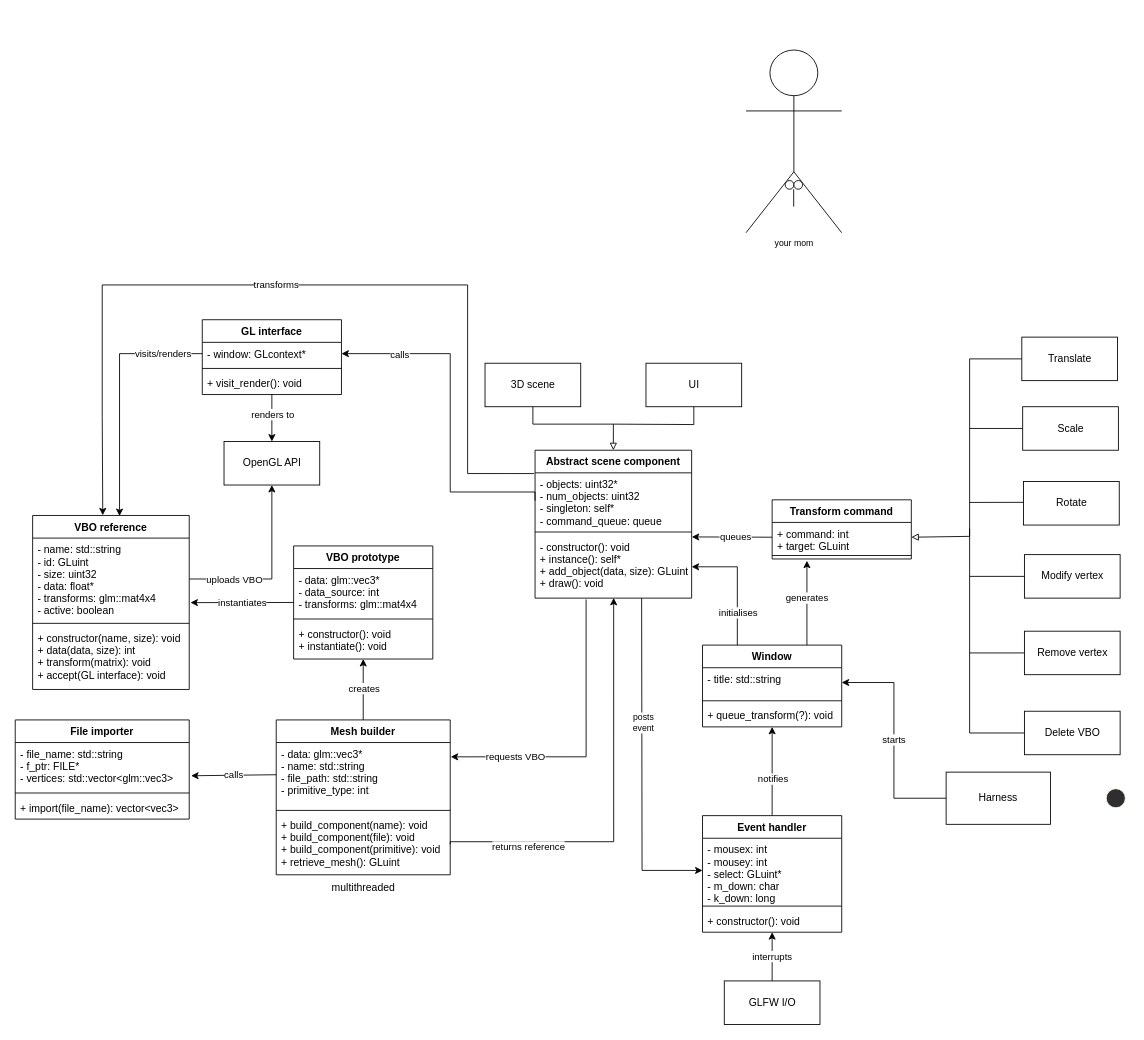
Above: class.drawio in ryanchan8662/gl_window_util (draw.io), before the change. Source tidied: cells renumbered, new cells numbered last; positions are measured from the earlier drawing's top-left corner, leaving out a move shared by most shapes. Both pictures are drawn from the tidied source at 87%, with x=0, y=0 at pixel (15, 50).
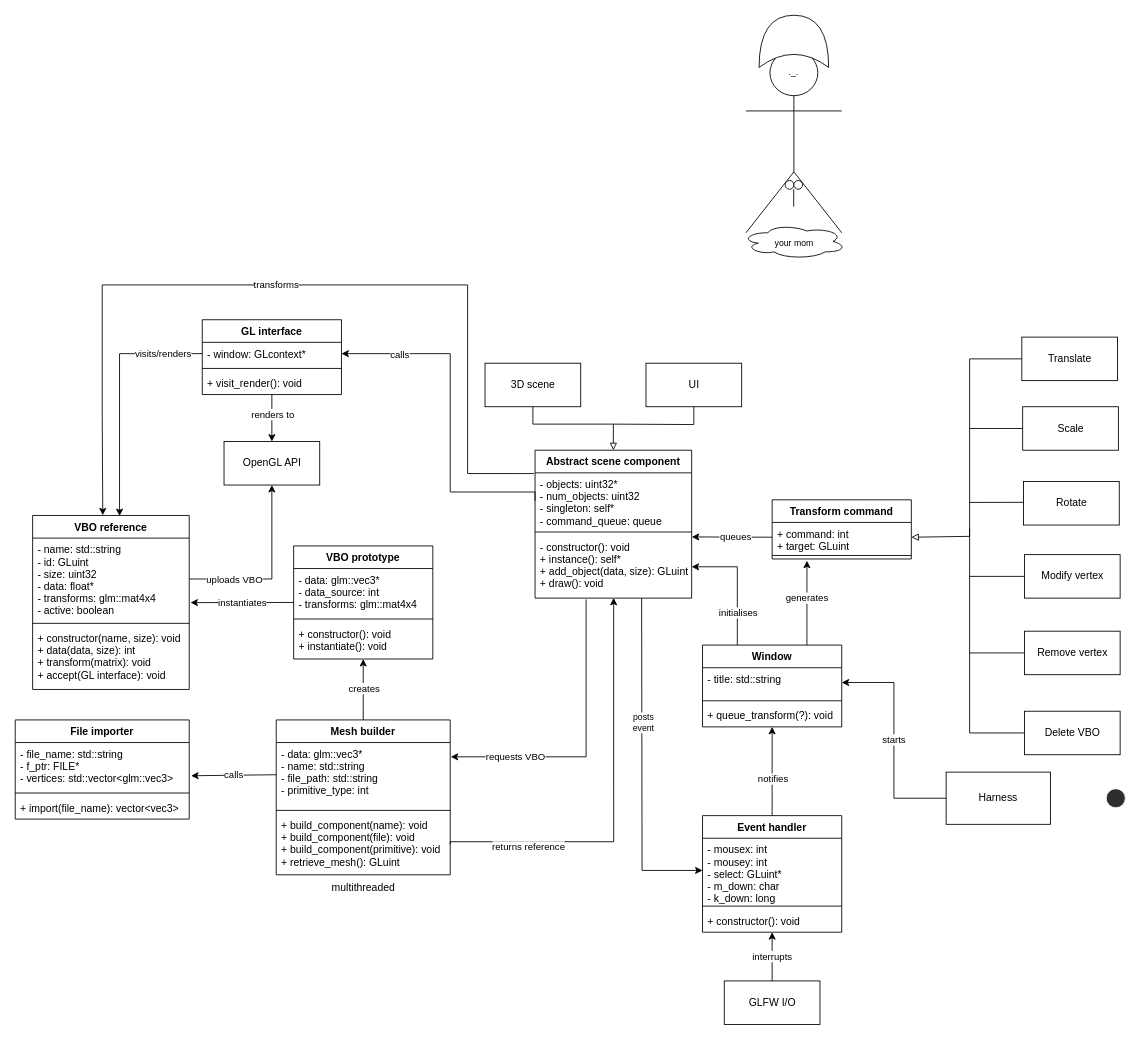
The same diagram, later.

Commit message (it also covers changes not shown here):
class diagram changes

What changed in the source:
```diff
@@
+    <mxCell id="96" style="ellipse;shape=cloud;whiteSpace=wrap;html=1;fontSize=10;" parent="1" vertex="1">
+      <mxGeometry x="835" y="200" width="120" height="40" as="geometry" />
+    </mxCell>
@@
+    <mxCell id="97" style="shape=xor;whiteSpace=wrap;html=1;fontSize=10;rotation=-90;" parent="1" vertex="1">
+      <mxGeometry x="865" y="-50" width="60" height="80" as="geometry" />
+    </mxCell>
+    <mxCell id="98" value="._." style="text;html=1;strokeColor=none;fillColor=none;align=center;verticalAlign=middle;whiteSpace=wrap;rounded=0;fontSize=10;" parent="1" vertex="1">
+      <mxGeometry x="865" y="10" width="60" height="30" as="geometry" />
+    </mxCell>
```
